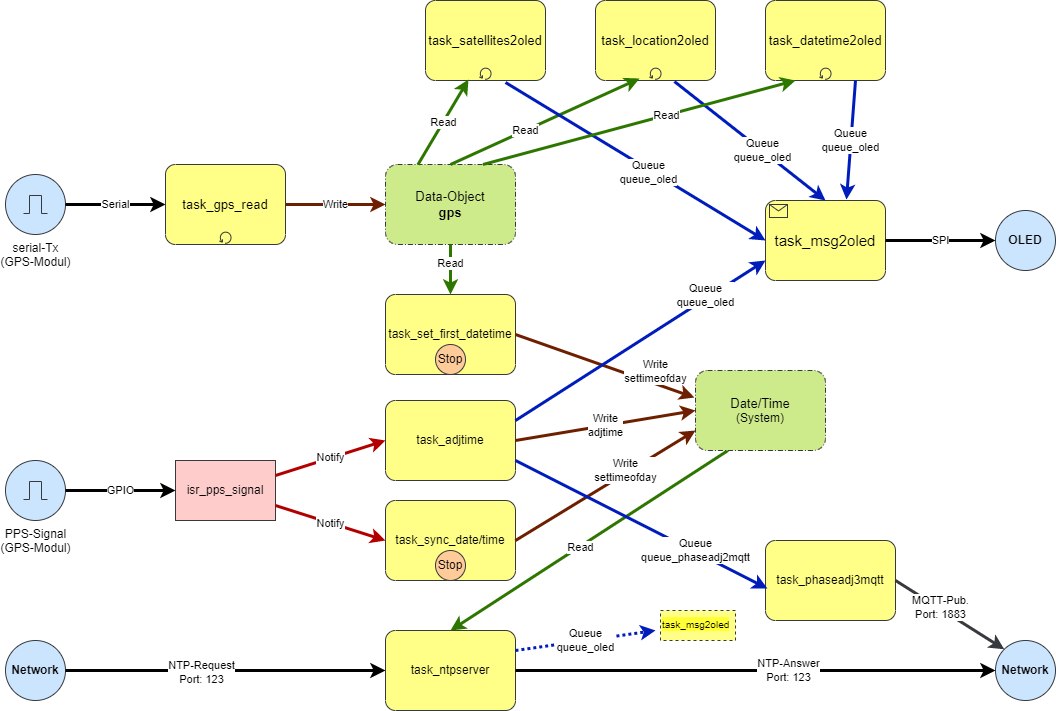
The draw.io diagram images/freertos_tasks.drawio.png in boerge42/GPS-Clock-NTP-Server, before a commit. Source tidied: cells renumbered, new cells last; positions are measured from the earlier drawing's top-left corner, leaving out a move shared by most shapes.
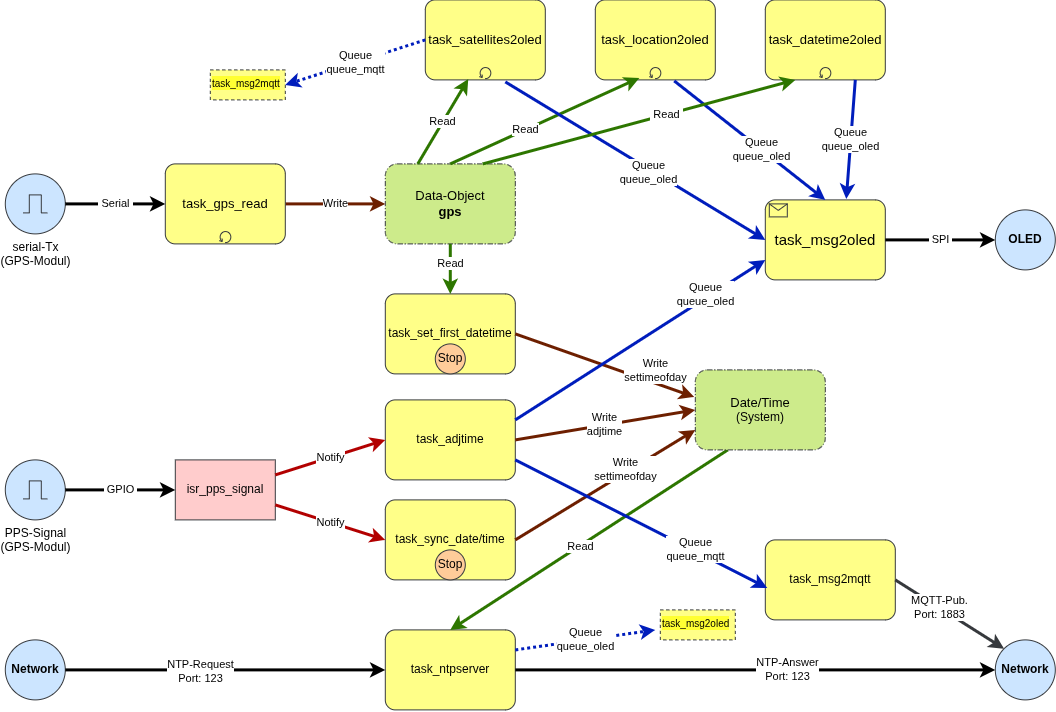
Later version of the same file.

Commit message:
tools, satellites to mqtt, doku

Diff of the diagram source:
```diff
@@ -20,7 +20,7 @@
     <mxCell id="7" value="isr_pps_signal" style="html=1;dashed=0;whiteSpace=wrap;fillColor=#ffcccc;strokeColor=#36393d;" parent="1" vertex="1">
       <mxGeometry x="170" y="460" width="100" height="60" as="geometry" />
     </mxCell>
-    <mxCell id="8" value="GPIO" style="endArrow=classic;html=1;rounded=0;exitX=1;exitY=0.5;exitDx=0;exitDy=0;exitPerimeter=0;entryX=0;entryY=0.5;entryDx=0;entryDy=0;strokeWidth=3;" parent="1" edge="1" source="6" target="7">
+    <mxCell id="8" value="&amp;nbsp;GPIO&amp;nbsp;" style="endArrow=classic;html=1;rounded=0;exitX=1;exitY=0.5;exitDx=0;exitDy=0;exitPerimeter=0;entryX=0;entryY=0.5;entryDx=0;entryDy=0;strokeWidth=3;" parent="1" edge="1" source="6" target="7">
       <mxGeometry relative="1" as="geometry" />
     </mxCell>
     <mxCell id="9" value="task_sync_date/time" style="points=[[0.25,0,0],[0.5,0,0],[0.75,0,0],[1,0.25,0],[1,0.5,0],[1,0.75,0],[0.75,1,0],[0.5,1,0],[0.25,1,0],[0,0.75,0],[0,0.5,0],[0,0.25,0]];shape=mxgraph.bpmn.task;whiteSpace=wrap;rectStyle=rounded;size=10;html=1;taskMarker=abstract;fillColor=#ffff88;strokeColor=#36393d;" parent="1" vertex="1">
@@ -41,7 +41,7 @@
     <mxCell id="14" value="serial-Tx&lt;br&gt;(GPS-Modul)" style="verticalLabelPosition=bottom;shadow=0;dashed=0;align=center;html=1;verticalAlign=top;shape=mxgraph.electrical.signal_sources.source;points=[[0.5,0,0],[1,0.5,0],[0.5,1,0],[0,0.5,0]];elSignalType=pulse;fillColor=#cce5ff;strokeColor=#36393d;" parent="1" vertex="1">
       <mxGeometry y="174" width="60" height="60" as="geometry" />
     </mxCell>
-    <mxCell id="15" value="Serial" style="endArrow=classic;html=1;rounded=0;exitX=1;exitY=0.5;exitDx=0;exitDy=0;exitPerimeter=0;entryX=0;entryY=0.5;entryDx=0;entryDy=0;entryPerimeter=0;strokeWidth=3;" parent="1" edge="1" source="14" target="24">
+    <mxCell id="15" value="&amp;nbsp;Serial&amp;nbsp;" style="endArrow=classic;html=1;rounded=0;exitX=1;exitY=0.5;exitDx=0;exitDy=0;exitPerimeter=0;entryX=0;entryY=0.5;entryDx=0;entryDy=0;entryPerimeter=0;strokeWidth=3;" parent="1" edge="1" source="14" target="24">
       <mxGeometry relative="1" as="geometry" />
     </mxCell>
     <mxCell id="16" value="&lt;font style=&quot;font-size: 13px;&quot;&gt;Data-Object&lt;br&gt;&lt;b&gt;gps&lt;/b&gt;&lt;/font&gt;" style="points=[[0.25,0,0],[0.5,0,0],[0.75,0,0],[1,0.25,0],[1,0.5,0],[1,0.75,0],[0.75,1,0],[0.5,1,0],[0.25,1,0],[0,0.75,0],[0,0.5,0],[0,0.25,0]];rounded=1;dashed=1;dashPattern=5 2 1 2;labelPosition=center;verticalLabelPosition=middle;align=center;verticalAlign=middle;fontSize=8;html=1;whiteSpace=wrap;fillColor=#cdeb8b;strokeColor=#36393d;" parent="1" vertex="1">
@@ -101,7 +101,7 @@
     <mxCell id="32" value="&lt;b&gt;OLED&lt;/b&gt;" style="ellipse;whiteSpace=wrap;html=1;fillColor=#cce5ff;strokeColor=#36393d;" parent="1" vertex="1">
       <mxGeometry x="990" y="210" width="60" height="60" as="geometry" />
     </mxCell>
-    <mxCell id="33" value="SPI" style="endArrow=classic;html=1;rounded=0;exitX=1;exitY=0.5;exitDx=0;exitDy=0;exitPerimeter=0;entryX=0;entryY=0.5;entryDx=0;entryDy=0;strokeWidth=3;" parent="1" edge="1" source="2" target="32">
+    <mxCell id="33" value="&amp;nbsp;SPI&amp;nbsp;" style="endArrow=classic;html=1;rounded=0;exitX=1;exitY=0.5;exitDx=0;exitDy=0;exitPerimeter=0;entryX=0;entryY=0.5;entryDx=0;entryDy=0;strokeWidth=3;" parent="1" edge="1" source="2" target="32">
       <mxGeometry relative="1" as="geometry" />
     </mxCell>
     <mxCell id="34" value="&lt;b&gt;Network&lt;/b&gt;" style="ellipse;whiteSpace=wrap;html=1;fillColor=#cce5ff;strokeColor=#36393d;" parent="1" vertex="1">
@@ -133,13 +133,13 @@
     <mxCell id="42" value="NTP-Answer&lt;br&gt;Port: 123" style="edgeLabel;html=1;align=center;verticalAlign=middle;" parent="41" vertex="1">
       <mxGeometry x="0.13" y="1" relative="1" as="geometry" />
     </mxCell>
-    <mxCell id="43" value="task_phaseadj3mqtt" style="points=[[0.25,0,0],[0.5,0,0],[0.75,0,0],[1,0.25,0],[1,0.5,0],[1,0.75,0],[0.75,1,0],[0.5,1,0],[0.25,1,0],[0,0.75,0],[0,0.5,0],[0,0.25,0]];shape=mxgraph.bpmn.task;whiteSpace=wrap;rectStyle=rounded;size=10;html=1;taskMarker=abstract;fillColor=#ffff88;strokeColor=#36393d;" parent="1" vertex="1">
+    <mxCell id="43" value="task_msg2mqtt" style="points=[[0.25,0,0],[0.5,0,0],[0.75,0,0],[1,0.25,0],[1,0.5,0],[1,0.75,0],[0.75,1,0],[0.5,1,0],[0.25,1,0],[0,0.75,0],[0,0.5,0],[0,0.25,0]];shape=mxgraph.bpmn.task;whiteSpace=wrap;rectStyle=rounded;size=10;html=1;taskMarker=abstract;fillColor=#ffff88;strokeColor=#36393d;" parent="1" vertex="1">
       <mxGeometry x="760" y="540" width="130" height="80" as="geometry" />
     </mxCell>
     <mxCell id="44" style="endArrow=classic;html=1;rounded=0;exitX=1;exitY=0.75;exitDx=0;exitDy=0;exitPerimeter=0;entryX=0.015;entryY=0.6;entryDx=0;entryDy=0;entryPerimeter=0;fillColor=#0050ef;strokeColor=#001DBC;strokeWidth=3;" parent="1" edge="1" source="12" target="43">
       <mxGeometry relative="1" as="geometry" />
     </mxCell>
-    <mxCell id="45" value="Queue&lt;br&gt;queue_phaseadj2mqtt" style="edgeLabel;html=1;align=center;verticalAlign=middle;" parent="44" vertex="1">
+    <mxCell id="45" value="Queue&lt;br&gt;queue_mqtt" style="edgeLabel;html=1;align=center;verticalAlign=middle;" parent="44" vertex="1">
       <mxGeometry x="0.2" relative="1" as="geometry">
         <mxPoint x="29" y="13" as="offset" />
       </mxGeometry>
@@ -159,7 +159,7 @@
     <mxCell id="50" style="endArrow=classic;html=1;rounded=0;entryX=0.25;entryY=1;entryDx=0;entryDy=0;entryPerimeter=0;exitX=0.75;exitY=0;exitDx=0;exitDy=0;exitPerimeter=0;fillColor=#60a917;strokeColor=#2D7600;strokeWidth=3;" parent="1" edge="1" source="16" target="3">
       <mxGeometry relative="1" as="geometry" />
     </mxCell>
-    <mxCell id="51" value="Read" style="edgeLabel;html=1;align=center;verticalAlign=middle;" parent="50" vertex="1">
+    <mxCell id="51" value="&amp;nbsp;Read&amp;nbsp;" style="edgeLabel;html=1;align=center;verticalAlign=middle;" parent="50" vertex="1">
       <mxGeometry x="0.17" relative="1" as="geometry" />
     </mxCell>
     <mxCell id="52" value="&lt;span style=&quot;border-color: var(--border-color); color: rgb(0, 0, 0); font-family: Helvetica; font-size: 11px; font-style: normal; font-variant-ligatures: normal; font-variant-caps: normal; font-weight: 400; letter-spacing: normal; orphans: 2; text-align: center; text-indent: 0px; text-transform: none; widows: 2; word-spacing: 0px; -webkit-text-stroke-width: 0px; background-color: rgb(255, 255, 255); text-decoration-thickness: initial; text-decoration-style: initial; text-decoration-color: initial; float: none; display: inline !important;&quot;&gt;Queue&lt;/span&gt;&lt;br style=&quot;border-color: var(--border-color); color: rgb(0, 0, 0); font-family: Helvetica; font-size: 11px; font-style: normal; font-variant-ligatures: normal; font-variant-caps: normal; font-weight: 400; letter-spacing: normal; orphans: 2; text-align: center; text-indent: 0px; text-transform: none; widows: 2; word-spacing: 0px; -webkit-text-stroke-width: 0px; text-decoration-thickness: initial; text-decoration-style: initial; text-decoration-color: initial;&quot;&gt;&lt;span style=&quot;border-color: var(--border-color); color: rgb(0, 0, 0); font-family: Helvetica; font-size: 11px; font-style: normal; font-variant-ligatures: normal; font-variant-caps: normal; font-weight: 400; letter-spacing: normal; orphans: 2; text-align: center; text-indent: 0px; text-transform: none; widows: 2; word-spacing: 0px; -webkit-text-stroke-width: 0px; background-color: rgb(255, 255, 255); text-decoration-thickness: initial; text-decoration-style: initial; text-decoration-color: initial; float: none; display: inline !important;&quot;&gt;queue_oled&lt;/span&gt;" style="endArrow=classic;html=1;rounded=0;exitX=1;exitY=0.25;exitDx=0;exitDy=0;exitPerimeter=0;fillColor=#0050ef;strokeColor=#001DBC;dashed=1;strokeWidth=3;dashPattern=1 1;" parent="1" edge="1" source="35">
@@ -170,5 +170,11 @@
     <mxCell id="53" value="&lt;span style=&quot;color: rgb(0, 0, 0); font-family: Helvetica; font-style: normal; font-variant-ligatures: normal; font-variant-caps: normal; font-weight: 400; letter-spacing: normal; orphans: 2; text-align: center; text-indent: 0px; text-transform: none; widows: 2; word-spacing: 0px; -webkit-text-stroke-width: 0px; text-decoration-thickness: initial; text-decoration-style: initial; text-decoration-color: initial; float: none; display: inline !important; background-color: rgb(255, 255, 51);&quot;&gt;&lt;font style=&quot;font-size: 10px;&quot;&gt;task_msg2oled&lt;/font&gt;&lt;/span&gt;" style="text;whiteSpace=wrap;html=1;fillColor=#ffff88;strokeColor=#36393d;dashed=1;" parent="1" vertex="1">
       <mxGeometry x="655" y="610" width="75" height="30" as="geometry" />
     </mxCell>
+    <mxCell id="54" value="&lt;span style=&quot;color: rgb(0, 0, 0); font-family: Helvetica; font-style: normal; font-variant-ligatures: normal; font-variant-caps: normal; font-weight: 400; letter-spacing: normal; orphans: 2; text-align: center; text-indent: 0px; text-transform: none; widows: 2; word-spacing: 0px; -webkit-text-stroke-width: 0px; text-decoration-thickness: initial; text-decoration-style: initial; text-decoration-color: initial; float: none; background-color: rgb(255, 255, 51); display: inline !important;&quot;&gt;&lt;font style=&quot;font-size: 10px;&quot;&gt;task_msg2mqtt&lt;/font&gt;&lt;/span&gt;" style="text;whiteSpace=wrap;html=1;fillColor=#ffff88;strokeColor=#36393d;dashed=1;" parent="1" vertex="1">
+      <mxGeometry x="205" y="70" width="75" height="30" as="geometry" />
+    </mxCell>
+    <mxCell id="55" value="&lt;span style=&quot;border-color: var(--border-color); color: rgb(0, 0, 0); font-family: Helvetica; font-size: 11px; font-style: normal; font-variant-ligatures: normal; font-variant-caps: normal; font-weight: 400; letter-spacing: normal; orphans: 2; text-align: center; text-indent: 0px; text-transform: none; widows: 2; word-spacing: 0px; -webkit-text-stroke-width: 0px; background-color: rgb(255, 255, 255); text-decoration-thickness: initial; text-decoration-style: initial; text-decoration-color: initial; float: none; display: inline !important;&quot;&gt;Queue&lt;/span&gt;&lt;br style=&quot;border-color: var(--border-color); color: rgb(0, 0, 0); font-family: Helvetica; font-size: 11px; font-style: normal; font-variant-ligatures: normal; font-variant-caps: normal; font-weight: 400; letter-spacing: normal; orphans: 2; text-align: center; text-indent: 0px; text-transform: none; widows: 2; word-spacing: 0px; -webkit-text-stroke-width: 0px; text-decoration-thickness: initial; text-decoration-style: initial; text-decoration-color: initial;&quot;&gt;&lt;span style=&quot;border-color: var(--border-color); color: rgb(0, 0, 0); font-family: Helvetica; font-size: 11px; font-style: normal; font-variant-ligatures: normal; font-variant-caps: normal; font-weight: 400; letter-spacing: normal; orphans: 2; text-align: center; text-indent: 0px; text-transform: none; widows: 2; word-spacing: 0px; -webkit-text-stroke-width: 0px; background-color: rgb(255, 255, 255); text-decoration-thickness: initial; text-decoration-style: initial; text-decoration-color: initial; float: none; display: inline !important;&quot;&gt;queue_mqtt&lt;/span&gt;" style="endArrow=classic;html=1;rounded=0;exitX=0;exitY=0.5;exitDx=0;exitDy=0;exitPerimeter=0;fillColor=#0050ef;strokeColor=#001DBC;dashed=1;strokeWidth=3;dashPattern=1 1;entryX=1;entryY=0.5;entryDx=0;entryDy=0;" parent="1" edge="1" source="5" target="54">
+      <mxGeometry relative="1" as="geometry" />
+    </mxCell>
   </root>
 </mxGraphModel>
```
